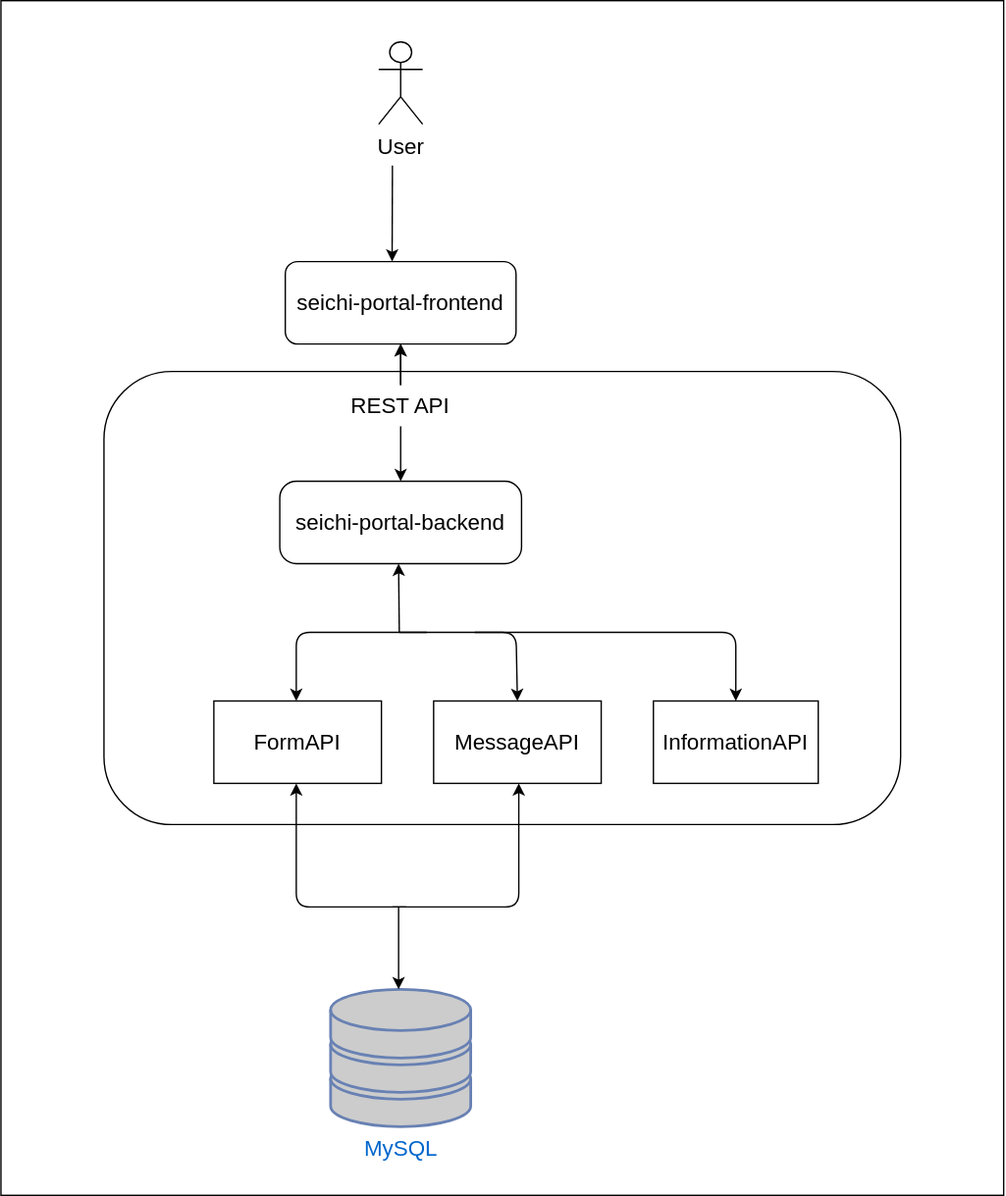
Earlier version of the draw.io export docs/overhead-view.drawio.svg (GiganticMinecraft/seichi-portal-backend). Source tidied: cells renumbered, new cells last; positions are measured from the earlier drawing's top-left corner, leaving out a move shared by most shapes.
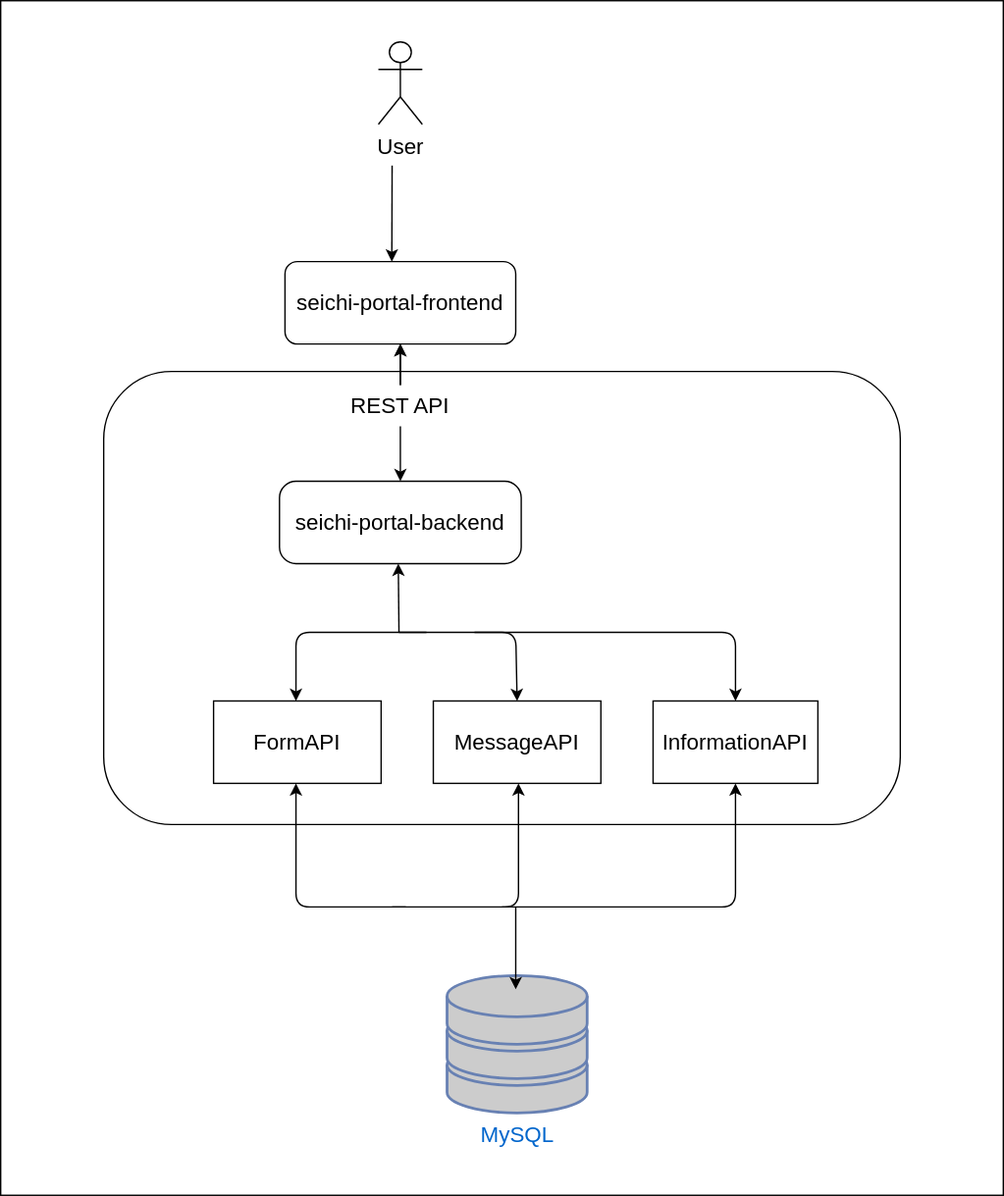
The same diagram one commit later.

Commit message:
chore: update overhead-view

Diff of the diagram source:
```diff
@@ -9,7 +9,7 @@
       <mxGeometry x="75" y="270" width="580" height="330" as="geometry" />
     </mxCell>
     <mxCell id="4" value="MySQL" style="fontColor=#0066CC;verticalAlign=top;verticalLabelPosition=bottom;labelPosition=center;align=center;html=1;fillColor=#CCCCCC;strokeColor=#6881B3;gradientColor=none;gradientDirection=north;strokeWidth=2;shape=mxgraph.networks.storage;fontSize=16;" parent="1" vertex="1">
-      <mxGeometry x="240" y="720" width="102" height="100" as="geometry" />
+      <mxGeometry x="325" y="710" width="102" height="100" as="geometry" />
     </mxCell>
     <mxCell id="5" value="seichi-portal-backend" style="rounded=1;whiteSpace=wrap;html=1;strokeWidth=1;fontSize=16;arcSize=20;" parent="1" vertex="1">
       <mxGeometry x="203" y="350" width="176" height="60" as="geometry" />
@@ -68,8 +68,8 @@
     </mxCell>
     <mxCell id="18" style="endArrow=classic;html=1;fontSize=16;" parent="1" edge="1">
       <mxGeometry relative="1" as="geometry">
-        <mxPoint x="289.5" y="660" as="sourcePoint" />
-        <mxPoint x="289.5" y="720" as="targetPoint" />
+        <mxPoint x="375" y="660" as="sourcePoint" />
+        <mxPoint x="375" y="720" as="targetPoint" />
       </mxGeometry>
     </mxCell>
     <mxCell id="19" style="endArrow=classic;html=1;fontSize=16;" parent="1" edge="1">
@@ -102,5 +102,13 @@
         </Array>
       </mxGeometry>
     </mxCell>
+    <mxCell id="23" style="endArrow=classic;html=1;entryX=0.5;entryY=1;entryDx=0;entryDy=0;" parent="1" edge="1" target="21">
+      <mxGeometry relative="1" as="geometry">
+        <mxPoint x="365" y="660" as="sourcePoint" />
+        <Array as="points">
+          <mxPoint x="535" y="660" />
+        </Array>
+      </mxGeometry>
+    </mxCell>
   </root>
 </mxGraphModel>
```
